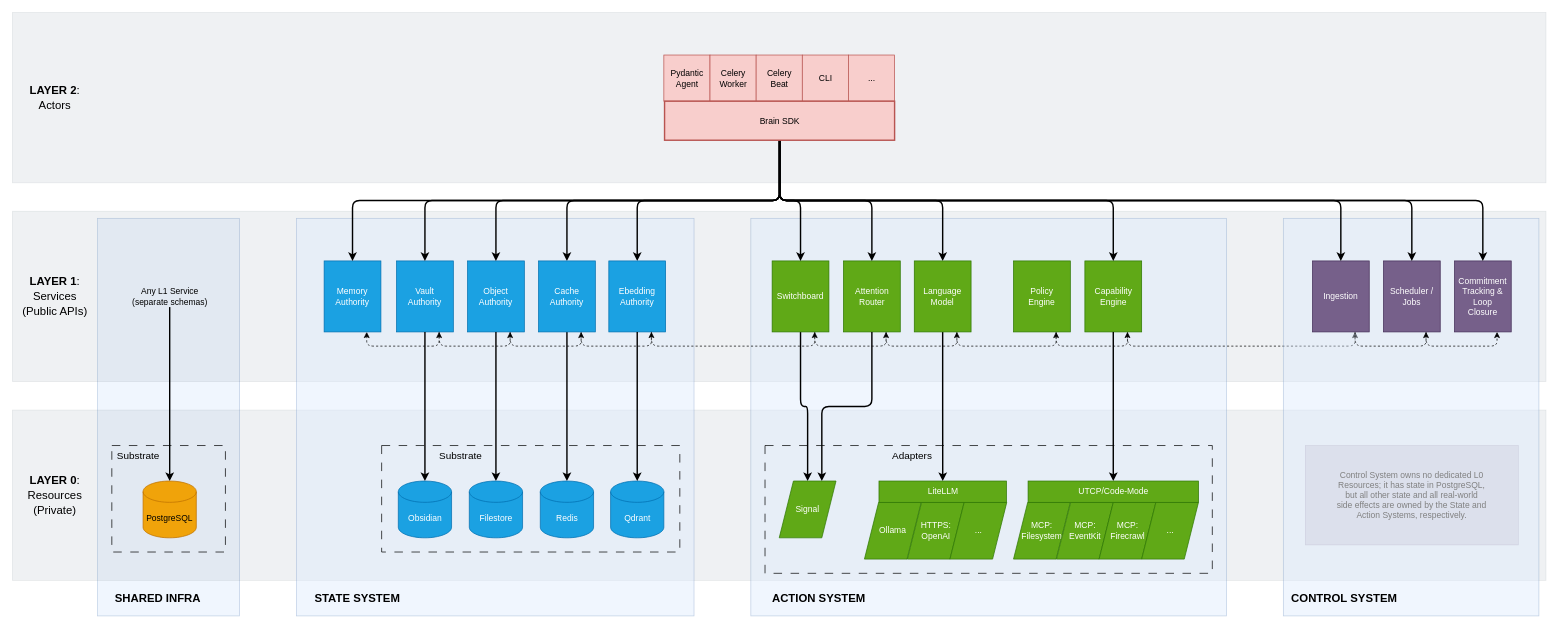
Above: page "boundaries-and-responsibilities" (4 of 4) of img/diagrams.drawio in cmtonkinson/brain (draw.io), before the change. Source tidied: cells renumbered, new cells numbered last; positions are measured from the earlier drawing's top-left corner, leaving out a move shared by most shapes. Both pictures are drawn from the tidied source at 71%, with x=0, y=0 at pixel (12, 12).
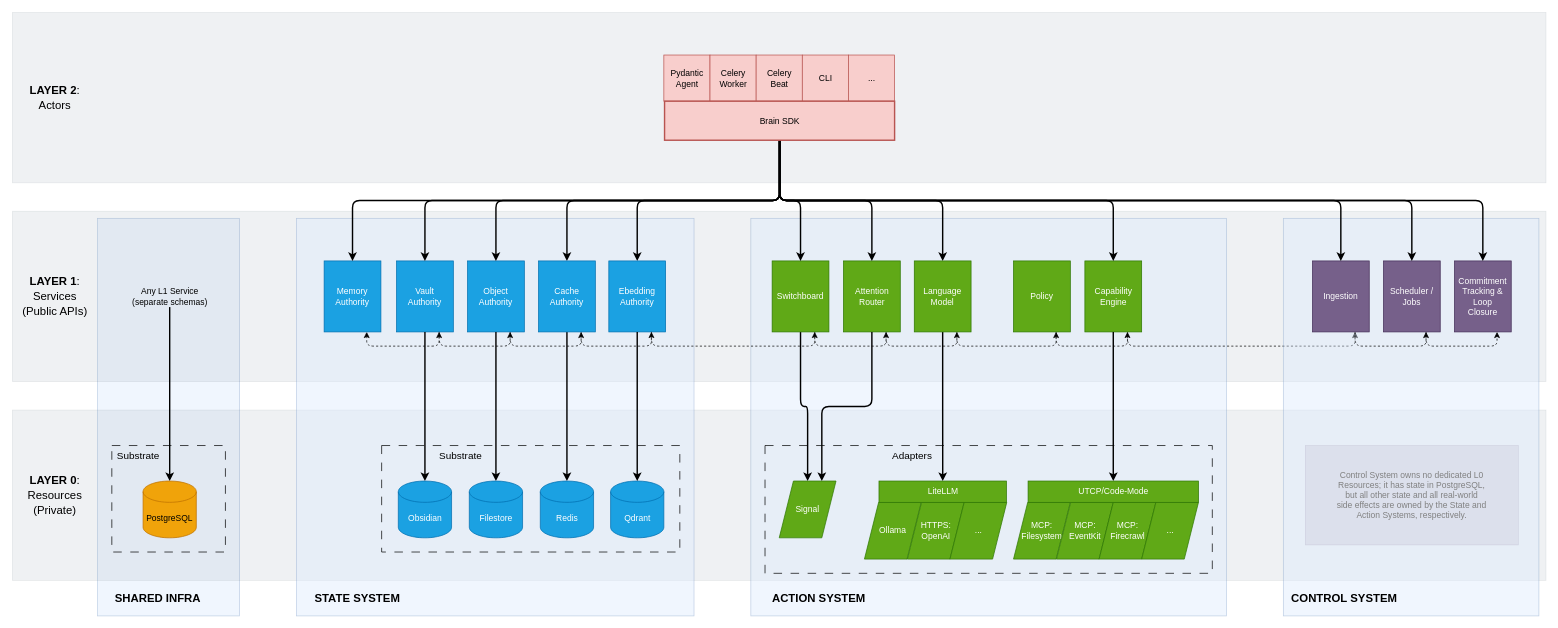
The same diagram, later.

Change to the diagram source:
```diff
@@
-    <mxCell id="19" value="Policy&lt;br&gt;Engine" style="rounded=0;whiteSpace=wrap;html=1;fillColor=#60a917;strokeColor=#2D7600;fontColor=#ffffff;" parent="1" vertex="1">
+    <mxCell id="19" value="Policy" style="rounded=0;whiteSpace=wrap;html=1;fillColor=#60a917;strokeColor=#2D7600;fontColor=#ffffff;" parent="1" vertex="1">
       <mxGeometry x="1410" y="350" width="80" height="100" as="geometry" />
     </mxCell>
```
